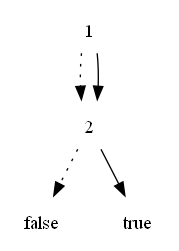
The Graphviz diagram version2/test.png in ZhangAriane/projet_ouv, before a commit. Its source is kept beside it as version2/test.dot.
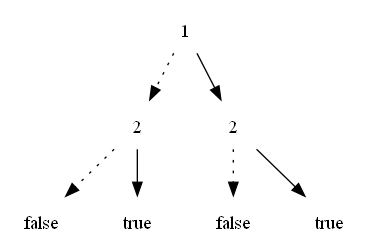
Above is the later version.

Change to the diagram source:
```diff
@@ -5,6 +5,11 @@
   Noeud5 [label="true", shape="none"];
   Noeud2 -> Noeud4 [style=dotted, shape="none"];
   Noeud2 -> Noeud5 [style=solid, shape="none"];
+  Noeud3 [label="2", shape="none"];
+  Noeud6 [label="false", shape="none"];
+  Noeud7 [label="true", shape="none"];
+  Noeud3 -> Noeud6 [style=dotted, shape="none"];
+  Noeud3 -> Noeud7 [style=solid, shape="none"];
   Noeud1 -> Noeud2 [style=dotted, shape="none"];
-  Noeud1 -> Noeud2 [style=solid, shape="none"];
+  Noeud1 -> Noeud3 [style=solid, shape="none"];
 }
```
